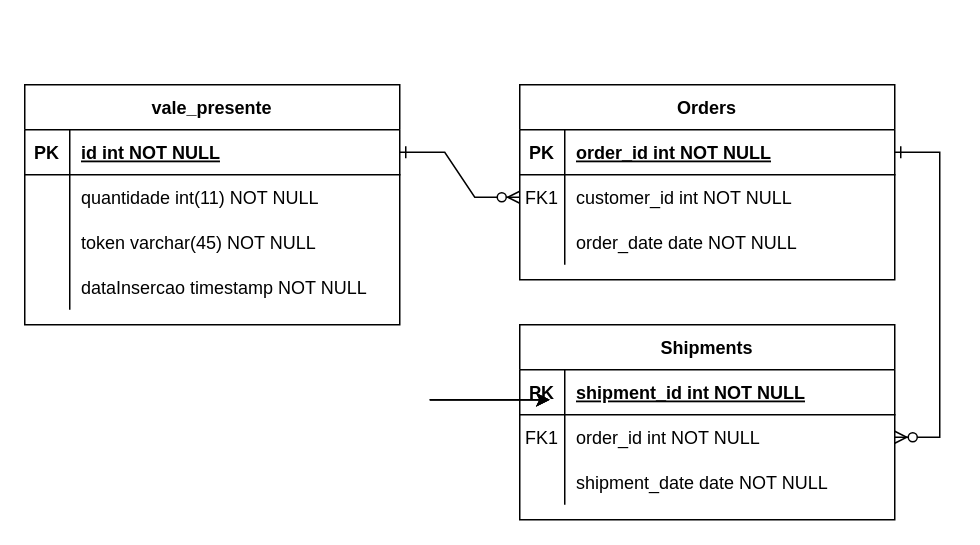
Before: Diagrama sem nome.drawio in AbadePetterson/Diagramas, a draw.io diagram. Source tidied: cells renumbered, new cells numbered last; positions are measured from the earlier drawing's top-left corner, leaving out a move shared by most shapes. Both pictures are drawn from the tidied source at 150%, with x=0, y=0 at pixel (24, 84).
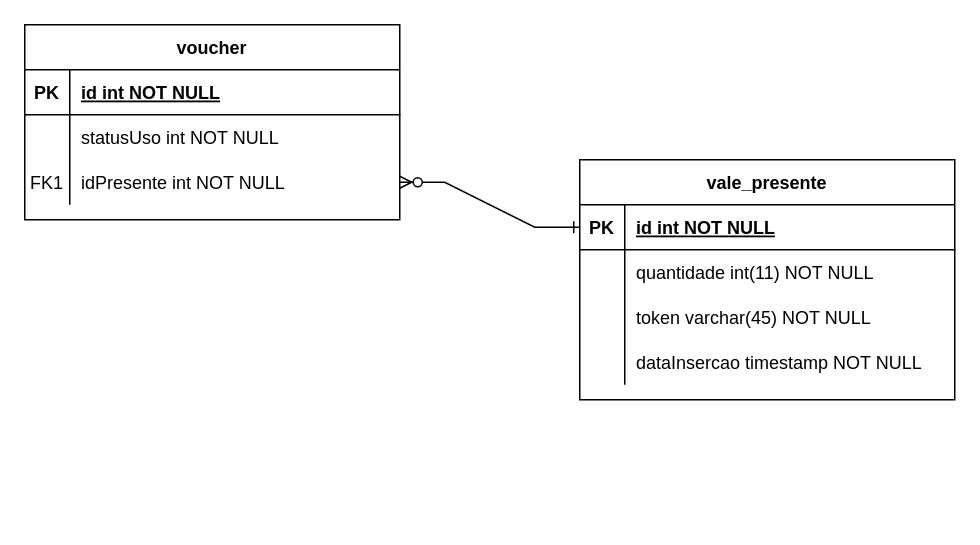
Above is the later version.

Commit message:
Inserção da tabela voucher.drawio

The change refers to these unchanged cells:
```xml
<mxCell id="5" style="shape=partialRectangle;fillColor=none;points=[[0,0.5],[1,0.5]];portConstraint=eastwest;top=0;left=0;right=0;bottom=1;" parent="4" vertex="1">
  <mxGeometry y="30" width="250" height="30" as="geometry" />
</mxCell>
```

Change to the diagram source:
```diff
@@
-    <mxCell id="3" style="edgeStyle=entityRelationEdgeStyle;endArrow=ERzeroToMany;startArrow=ERone;endFill=1;startFill=0;rounded=0;" parent="1" edge="1" source="5" target="18">
-      <mxGeometry relative="1" as="geometry" />
-    </mxCell>
-    <mxCell id="4" value="Orders" style="shape=table;startSize=30;childLayout=tableLayout;rowLines=0;fontStyle=1;align=center;" parent="1" vertex="1">
-      <mxGeometry x="330" width="250" height="130" as="geometry" />
+    <mxCell id="4" value="voucher" style="shape=table;startSize=30;childLayout=tableLayout;rowLines=0;fontStyle=1;align=center;" parent="1" vertex="1">
+      <mxGeometry y="-40" width="250" height="130" as="geometry" />
     </mxCell>
@@
-    <mxCell id="7" value="order_id int NOT NULL " style="shape=partialRectangle;overflow=hidden;fillColor=none;top=0;left=0;bottom=0;right=0;align=left;spacingLeft=6;fontStyle=5;" parent="5" vertex="1">
+    <mxCell id="7" value="id int NOT NULL " style="shape=partialRectangle;overflow=hidden;fillColor=none;top=0;left=0;bottom=0;right=0;align=left;spacingLeft=6;fontStyle=5;" parent="5" vertex="1">
       <mxGeometry x="30" width="220" height="30" as="geometry" />
     </mxCell>
+    <mxCell id="11" style="shape=partialRectangle;fillColor=none;top=0;left=0;right=0;bottom=0;" parent="4" vertex="1">
+      <mxGeometry y="60" width="250" height="30" as="geometry" />
+    </mxCell>
+    <mxCell id="12" style="shape=partialRectangle;overflow=hidden;fillColor=none;top=0;left=0;bottom=0;right=0;" parent="11" vertex="1">
+      <mxGeometry width="30" height="30" as="geometry" />
+    </mxCell>
+    <mxCell id="13" value="statusUso int NOT NULL" style="shape=partialRectangle;overflow=hidden;fillColor=none;top=0;left=0;bottom=0;right=0;align=left;spacingLeft=6;" parent="11" vertex="1">
+      <mxGeometry x="30" width="220" height="30" as="geometry" />
+    </mxCell>
     <mxCell id="8" style="shape=partialRectangle;fillColor=none;points=[[0,0.5],[1,0.5]];portConstraint=eastwest;top=0;left=0;right=0;bottom=0;" parent="4" vertex="1">
-      <mxGeometry y="60" width="250" height="30" as="geometry" />
+      <mxGeometry y="90" width="250" height="30" as="geometry" />
     </mxCell>
@@
-    <mxCell id="10" value="customer_id int NOT NULL" style="shape=partialRectangle;overflow=hidden;fillColor=none;top=0;left=0;bottom=0;right=0;align=left;spacingLeft=6;" parent="8" vertex="1">
+    <mxCell id="10" value="idPresente int NOT NULL" style="shape=partialRectangle;overflow=hidden;fillColor=none;top=0;left=0;bottom=0;right=0;align=left;spacingLeft=6;" parent="8" vertex="1">
       <mxGeometry x="30" width="220" height="30" as="geometry" />
     </mxCell>
-    <mxCell id="11" style="shape=partialRectangle;fillColor=none;top=0;left=0;right=0;bottom=0;" parent="4" vertex="1">
-      <mxGeometry y="90" width="250" height="30" as="geometry" />
-    </mxCell>
-    <mxCell id="12" style="shape=partialRectangle;overflow=hidden;fillColor=none;top=0;left=0;bottom=0;right=0;" parent="11" vertex="1">
-      <mxGeometry width="30" height="30" as="geometry" />
-    </mxCell>
-    <mxCell id="13" value="order_date date NOT NULL" style="shape=partialRectangle;overflow=hidden;fillColor=none;top=0;left=0;bottom=0;right=0;align=left;spacingLeft=6;" parent="11" vertex="1">
-      <mxGeometry x="30" width="220" height="30" as="geometry" />
-    </mxCell>
-    <mxCell id="14" value="Shipments" style="shape=table;startSize=30;childLayout=tableLayout;rowLines=0;fontStyle=1;align=center;" parent="1" vertex="1">
-      <mxGeometry x="330" y="160" width="250" height="130" as="geometry" />
-    </mxCell>
-    <mxCell id="15" style="shape=partialRectangle;fillColor=none;top=0;left=0;right=0;bottom=1;" parent="14" vertex="1">
-      <mxGeometry y="30" width="250" height="30" as="geometry" />
-    </mxCell>
-    <mxCell id="16" value="PK" style="shape=partialRectangle;overflow=hidden;fillColor=none;top=0;left=0;bottom=0;right=0;fontStyle=1;" parent="15" vertex="1">
-      <mxGeometry width="30" height="30" as="geometry" />
-    </mxCell>
-    <mxCell id="17" value="shipment_id int NOT NULL " style="shape=partialRectangle;overflow=hidden;fillColor=none;top=0;left=0;bottom=0;right=0;align=left;spacingLeft=6;fontStyle=5;" parent="15" vertex="1">
-      <mxGeometry x="30" width="220" height="30" as="geometry" />
-    </mxCell>
-    <mxCell id="18" style="shape=partialRectangle;fillColor=none;points=[[0,0.5],[1,0.5]];portConstraint=eastwest;top=0;left=0;right=0;bottom=0;" parent="14" vertex="1">
-      <mxGeometry y="60" width="250" height="30" as="geometry" />
-    </mxCell>
-    <mxCell id="19" value="FK1" style="shape=partialRectangle;overflow=hidden;fillColor=none;top=0;left=0;bottom=0;right=0;" parent="18" vertex="1">
-      <mxGeometry width="30" height="30" as="geometry" />
-    </mxCell>
-    <mxCell id="20" value="order_id int NOT NULL" style="shape=partialRectangle;overflow=hidden;fillColor=none;top=0;left=0;bottom=0;right=0;align=left;spacingLeft=6;" parent="18" vertex="1">
-      <mxGeometry x="30" width="220" height="30" as="geometry" />
-    </mxCell>
-    <mxCell id="21" style="shape=partialRectangle;fillColor=none;top=0;left=0;right=0;bottom=0;" parent="14" vertex="1">
-      <mxGeometry y="90" width="250" height="30" as="geometry" />
-    </mxCell>
-    <mxCell id="22" style="shape=partialRectangle;overflow=hidden;fillColor=none;top=0;left=0;bottom=0;right=0;" parent="21" vertex="1">
-      <mxGeometry width="30" height="30" as="geometry" />
-    </mxCell>
-    <mxCell id="23" value="shipment_date date NOT NULL" style="shape=partialRectangle;overflow=hidden;fillColor=none;top=0;left=0;bottom=0;right=0;align=left;spacingLeft=6;" parent="21" vertex="1">
-      <mxGeometry x="30" width="220" height="30" as="geometry" />
-    </mxCell>
     <mxCell id="24" value="vale_presente" style="shape=table;startSize=30;childLayout=tableLayout;rowLines=0;fontStyle=1;align=center;" parent="1" vertex="1">
-      <mxGeometry width="250" height="160" as="geometry" />
+      <mxGeometry x="370" y="50" width="250" height="160" as="geometry" />
     </mxCell>
@@
-    <mxCell id="37" style="edgeStyle=none;orthogonalLoop=1;jettySize=auto;html=1;rounded=0;" parent="1" edge="1">
-      <mxGeometry relative="1" as="geometry">
-        <mxPoint x="270" y="210" as="sourcePoint" />
-        <mxPoint x="350" y="210" as="targetPoint" />
-      </mxGeometry>
-    </mxCell>
-    <mxCell id="38" style="edgeStyle=none;orthogonalLoop=1;jettySize=auto;html=1;rounded=0;" parent="1" edge="1">
-      <mxGeometry relative="1" as="geometry">
-        <mxPoint x="270" y="210" as="sourcePoint" />
-        <mxPoint x="350" y="210" as="targetPoint" />
-      </mxGeometry>
-    </mxCell>
-    <mxCell id="39" style="edgeStyle=none;orthogonalLoop=1;jettySize=auto;html=1;rounded=0;" parent="1" edge="1">
-      <mxGeometry relative="1" as="geometry">
-        <mxPoint x="270" y="210" as="sourcePoint" />
-        <mxPoint x="350" y="210" as="targetPoint" />
-      </mxGeometry>
-    </mxCell>
```
